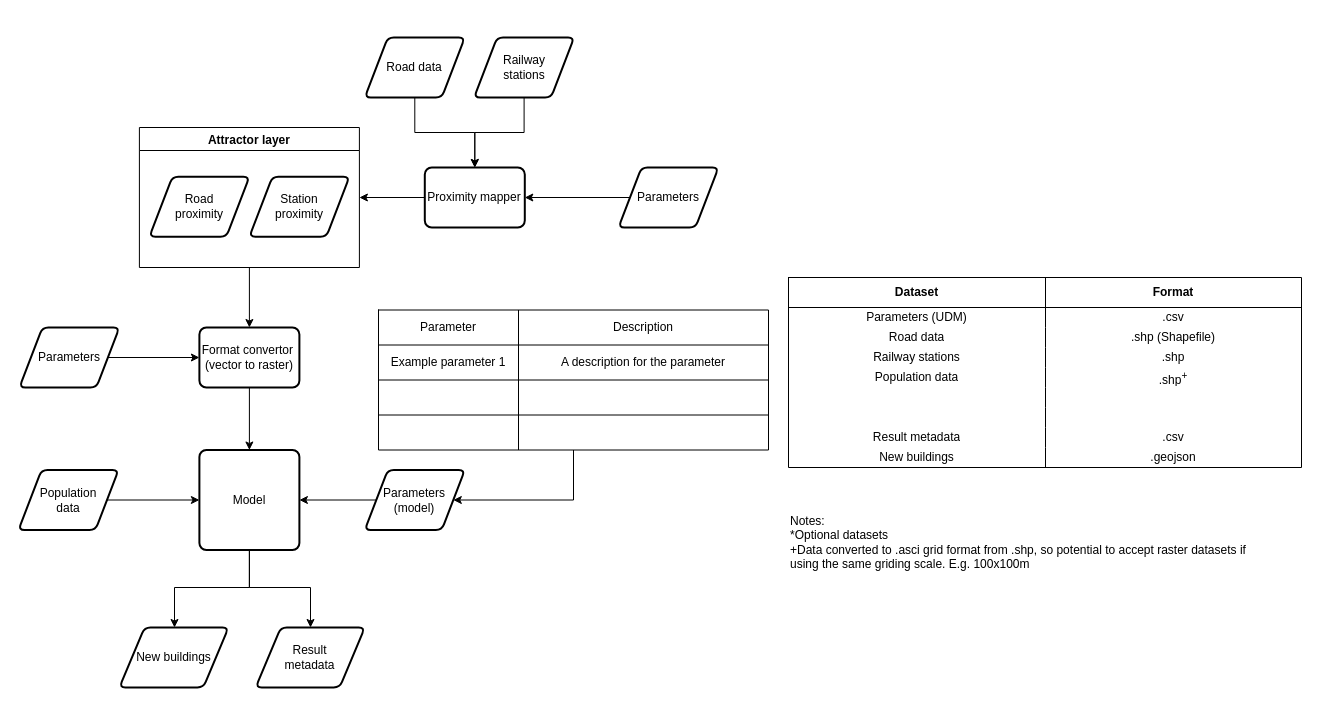
Earlier version of the draw.io diagram template_workflow.drawio (OpenCLIM/workflow-diagrams). Source tidied: cells renumbered, new cells numbered last; positions are measured from the earlier drawing's top-left corner, leaving out a move shared by most shapes. Both pictures are drawn from the tidied source at 100%, with x=0, y=0 at pixel (18, 37).
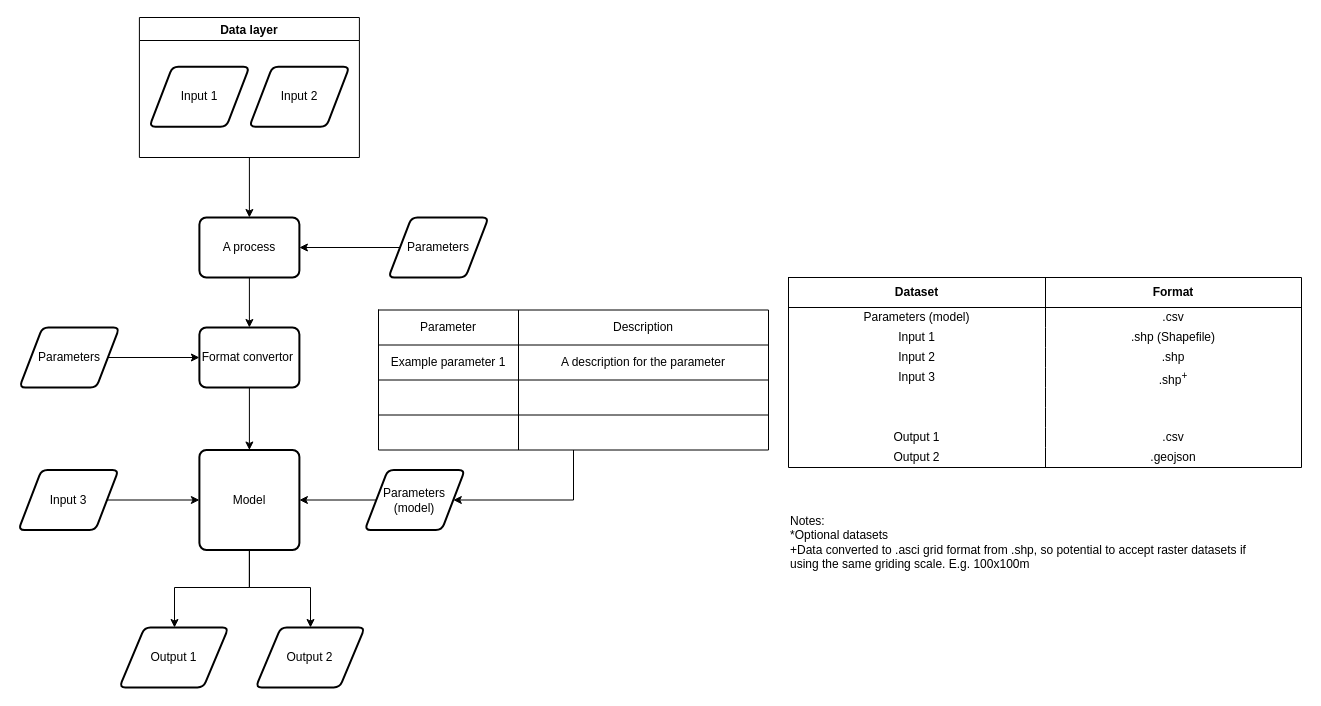
After the change.

Commit message:
Update template_workflow.drawio to make more generic

The change refers to these unchanged cells:
```xml
<mxCell id="26" style="shape=partialRectangle;html=1;whiteSpace=wrap;fillColor=none;top=0;left=0;bottom=0;right=0;strokeColor=none;" parent="22" vertex="1">
  <mxGeometry y="30" width="513" height="20" as="geometry" />
</mxCell>
<mxCell id="29" style="shape=partialRectangle;html=1;whiteSpace=wrap;fillColor=none;top=0;left=0;bottom=0;right=0;strokeColor=none;" parent="22" vertex="1">
  <mxGeometry y="50" width="513" height="20" as="geometry" />
</mxCell>
<mxCell id="32" style="shape=partialRectangle;html=1;whiteSpace=wrap;fillColor=none;top=0;left=0;bottom=0;right=0;strokeColor=none;" parent="22" vertex="1">
  <mxGeometry y="70" width="513" height="20" as="geometry" />
</mxCell>
<mxCell id="35" style="shape=partialRectangle;html=1;whiteSpace=wrap;fillColor=none;top=0;left=0;bottom=0;right=0;strokeColor=none;" parent="22" vertex="1">
  <mxGeometry y="90" width="513" height="20" as="geometry" />
</mxCell>
<mxCell id="44" style="shape=partialRectangle;html=1;whiteSpace=wrap;fillColor=none;top=0;left=0;bottom=0;right=0;strokeColor=none;" parent="22" vertex="1">
  <mxGeometry y="150" width="513" height="20" as="geometry" />
</mxCell>
<mxCell id="47" style="shape=partialRectangle;html=1;whiteSpace=wrap;fillColor=none;top=0;left=0;bottom=0;right=0;strokeColor=none;" parent="22" vertex="1">
  <mxGeometry y="170" width="513" height="20" as="geometry" />
</mxCell>
```

Diff of the diagram source:
```diff
@@
-    <mxCell id="6" value="&lt;div&gt;Population &lt;br&gt;&lt;/div&gt;&lt;div&gt;data&lt;/div&gt;" style="shape=parallelogram;html=1;strokeWidth=2;perimeter=parallelogramPerimeter;whiteSpace=wrap;rounded=1;arcSize=12;size=0.23;" parent="1" vertex="1">
+    <mxCell id="6" value="Input 3" style="shape=parallelogram;html=1;strokeWidth=2;perimeter=parallelogramPerimeter;whiteSpace=wrap;rounded=1;arcSize=12;size=0.23;" parent="1" vertex="1">
       <mxGeometry y="432.5" width="100" height="60" as="geometry" />
     </mxCell>
-    <mxCell id="7" value="New buildings" style="shape=parallelogram;html=1;strokeWidth=2;perimeter=parallelogramPerimeter;whiteSpace=wrap;rounded=1;arcSize=12;size=0.23;" parent="1" vertex="1">
+    <mxCell id="7" value="&lt;div&gt;Output 1&lt;/div&gt;" style="shape=parallelogram;html=1;strokeWidth=2;perimeter=parallelogramPerimeter;whiteSpace=wrap;rounded=1;arcSize=12;size=0.23;" parent="1" vertex="1">
       <mxGeometry x="100.9" y="590" width="109.1" height="60" as="geometry" />
     </mxCell>
-    <mxCell id="8" style="edgeStyle=orthogonalEdgeStyle;rounded=0;jettySize=auto;html=1;" parent="1" edge="1" source="9" target="13">
-      <mxGeometry relative="1" as="geometry" />
-    </mxCell>
-    <mxCell id="9" value="Road data" style="shape=parallelogram;html=1;strokeWidth=2;perimeter=parallelogramPerimeter;whiteSpace=wrap;rounded=1;arcSize=12;size=0.23;" parent="1" vertex="1">
-      <mxGeometry x="346.3" width="100" height="60" as="geometry" />
-    </mxCell>
-    <mxCell id="10" style="edgeStyle=orthogonalEdgeStyle;rounded=0;jettySize=auto;html=1;" parent="1" edge="1" source="11" target="13">
-      <mxGeometry relative="1" as="geometry" />
-    </mxCell>
-    <mxCell id="11" value="&lt;div&gt;Railway &lt;br&gt;&lt;/div&gt;&lt;div&gt;stations&lt;/div&gt;" style="shape=parallelogram;html=1;strokeWidth=2;perimeter=parallelogramPerimeter;whiteSpace=wrap;rounded=1;arcSize=12;size=0.23;" parent="1" vertex="1">
-      <mxGeometry x="455.6" width="100" height="60" as="geometry" />
-    </mxCell>
-    <mxCell id="12" style="edgeStyle=orthogonalEdgeStyle;rounded=0;jettySize=auto;html=1;" parent="1" edge="1" source="13" target="19">
-      <mxGeometry relative="1" as="geometry" />
-    </mxCell>
+    <mxCell id="71" style="edgeStyle=orthogonalEdgeStyle;rounded=0;jettySize=auto;html=1;" parent="1" edge="1" source="13" target="17">
+      <mxGeometry relative="1" as="geometry" />
+    </mxCell>
-    <mxCell id="13" value="Proximity mapper" style="rounded=1;whiteSpace=wrap;html=1;absoluteArcSize=1;arcSize=14;strokeWidth=2;" parent="1" vertex="1">
-      <mxGeometry x="406.3" y="130" width="100" height="60" as="geometry" />
+    <mxCell id="13" value="A process" style="rounded=1;whiteSpace=wrap;html=1;absoluteArcSize=1;arcSize=14;strokeWidth=2;" parent="1" vertex="1">
+      <mxGeometry x="180.9" y="180" width="100" height="60" as="geometry" />
     </mxCell>
@@
-    <mxCell id="17" value="Format convertor&amp;nbsp; (vector to raster)" style="rounded=1;whiteSpace=wrap;html=1;absoluteArcSize=1;arcSize=14;strokeWidth=2;" parent="1" vertex="1">
+    <mxCell id="17" value="Format convertor&amp;nbsp; " style="rounded=1;whiteSpace=wrap;html=1;absoluteArcSize=1;arcSize=14;strokeWidth=2;" parent="1" vertex="1">
       <mxGeometry x="180.9" y="290" width="100" height="60" as="geometry" />
     </mxCell>
-    <mxCell id="18" style="edgeStyle=orthogonalEdgeStyle;rounded=0;jettySize=auto;html=1;entryX=0.5;entryY=0;entryDx=0;entryDy=0;" parent="1" edge="1" source="19" target="17">
-      <mxGeometry relative="1" as="geometry" />
-    </mxCell>
+    <mxCell id="72" style="edgeStyle=orthogonalEdgeStyle;rounded=0;jettySize=auto;html=1;" parent="1" edge="1" source="19" target="13">
+      <mxGeometry relative="1" as="geometry" />
+    </mxCell>
-    <mxCell id="19" value="Attractor layer" style="swimlane;" parent="1" vertex="1">
-      <mxGeometry x="120.9" y="90" width="220" height="140" as="geometry" />
+    <mxCell id="19" value="Data layer" style="swimlane;" parent="1" vertex="1">
+      <mxGeometry x="120.9" y="-20" width="220" height="140" as="geometry" />
     </mxCell>
-    <mxCell id="20" value="&lt;div&gt;Station &lt;br&gt;&lt;/div&gt;&lt;div&gt;proximity&lt;/div&gt;" style="shape=parallelogram;html=1;strokeWidth=2;perimeter=parallelogramPerimeter;whiteSpace=wrap;rounded=1;arcSize=12;size=0.23;" parent="19" vertex="1">
+    <mxCell id="20" value="Input 2" style="shape=parallelogram;html=1;strokeWidth=2;perimeter=parallelogramPerimeter;whiteSpace=wrap;rounded=1;arcSize=12;size=0.23;" parent="19" vertex="1">
       <mxGeometry x="110" y="49.2" width="100" height="60" as="geometry" />
     </mxCell>
-    <mxCell id="21" value="&lt;div&gt;Road &lt;br&gt;&lt;/div&gt;&lt;div&gt;proximity&lt;/div&gt;" style="shape=parallelogram;html=1;strokeWidth=2;perimeter=parallelogramPerimeter;whiteSpace=wrap;rounded=1;arcSize=12;size=0.23;" parent="19" vertex="1">
+    <mxCell id="21" value="Input 1 " style="shape=parallelogram;html=1;strokeWidth=2;perimeter=parallelogramPerimeter;whiteSpace=wrap;rounded=1;arcSize=12;size=0.23;" parent="19" vertex="1">
       <mxGeometry x="10" y="49.2" width="100" height="60" as="geometry" />
     </mxCell>
@@
-    <mxCell id="27" value="Parameters (UDM)" style="shape=partialRectangle;html=1;whiteSpace=wrap;fillColor=none;top=0;left=0;bottom=0;right=0;overflow=hidden;strokeColor=none;" parent="26" vertex="1">
+    <mxCell id="27" value="Parameters (model)" style="shape=partialRectangle;html=1;whiteSpace=wrap;fillColor=none;top=0;left=0;bottom=0;right=0;overflow=hidden;strokeColor=none;" parent="26" vertex="1">
       <mxGeometry width="257" height="20" as="geometry" />
     </mxCell>
@@
-    <mxCell id="30" value="Road data" style="shape=partialRectangle;html=1;whiteSpace=wrap;fillColor=none;top=0;left=0;bottom=0;right=0;overflow=hidden;strokeColor=none;" parent="29" vertex="1">
+    <mxCell id="30" value="Input 1" style="shape=partialRectangle;html=1;whiteSpace=wrap;fillColor=none;top=0;left=0;bottom=0;right=0;overflow=hidden;strokeColor=none;" parent="29" vertex="1">
       <mxGeometry width="257" height="20" as="geometry" />
     </mxCell>
@@
-    <mxCell id="33" value="Railway stations" style="shape=partialRectangle;html=1;whiteSpace=wrap;fillColor=none;top=0;left=0;bottom=0;right=0;overflow=hidden;strokeColor=none;" parent="32" vertex="1">
+    <mxCell id="33" value="Input 2" style="shape=partialRectangle;html=1;whiteSpace=wrap;fillColor=none;top=0;left=0;bottom=0;right=0;overflow=hidden;strokeColor=none;" parent="32" vertex="1">
       <mxGeometry width="257" height="20" as="geometry" />
     </mxCell>
@@
-    <mxCell id="36" value="Population data" style="shape=partialRectangle;html=1;whiteSpace=wrap;fillColor=none;top=0;left=0;bottom=0;right=0;overflow=hidden;strokeColor=none;" parent="35" vertex="1">
+    <mxCell id="36" value="Input 3" style="shape=partialRectangle;html=1;whiteSpace=wrap;fillColor=none;top=0;left=0;bottom=0;right=0;overflow=hidden;strokeColor=none;" parent="35" vertex="1">
       <mxGeometry width="257" height="20" as="geometry" />
     </mxCell>
@@
-    <mxCell id="45" value="Result metadata" style="shape=partialRectangle;html=1;whiteSpace=wrap;fillColor=none;top=0;left=0;bottom=0;right=0;overflow=hidden;strokeColor=none;" parent="44" vertex="1">
+    <mxCell id="45" value="Output 1" style="shape=partialRectangle;html=1;whiteSpace=wrap;fillColor=none;top=0;left=0;bottom=0;right=0;overflow=hidden;strokeColor=none;" parent="44" vertex="1">
       <mxGeometry width="257" height="20" as="geometry" />
     </mxCell>
@@
-    <mxCell id="48" value="New buildings" style="shape=partialRectangle;html=1;whiteSpace=wrap;fillColor=none;top=0;left=0;bottom=0;right=0;overflow=hidden;strokeColor=none;" parent="47" vertex="1">
+    <mxCell id="48" value="Output 2" style="shape=partialRectangle;html=1;whiteSpace=wrap;fillColor=none;top=0;left=0;bottom=0;right=0;overflow=hidden;strokeColor=none;" parent="47" vertex="1">
       <mxGeometry width="257" height="20" as="geometry" />
     </mxCell>
@@
-    <mxCell id="51" value="&lt;div&gt;Result &lt;br&gt;&lt;/div&gt;&lt;div&gt;metadata&lt;/div&gt;" style="shape=parallelogram;html=1;strokeWidth=2;perimeter=parallelogramPerimeter;whiteSpace=wrap;rounded=1;arcSize=12;size=0.23;" parent="1" vertex="1">
+    <mxCell id="51" value="Output 2" style="shape=parallelogram;html=1;strokeWidth=2;perimeter=parallelogramPerimeter;whiteSpace=wrap;rounded=1;arcSize=12;size=0.23;" parent="1" vertex="1">
       <mxGeometry x="237.2" y="590" width="109.1" height="60" as="geometry" />
     </mxCell>
@@
     <mxCell id="55" value="Parameters" style="shape=parallelogram;html=1;strokeWidth=2;perimeter=parallelogramPerimeter;whiteSpace=wrap;rounded=1;arcSize=12;size=0.23;" parent="1" vertex="1">
-      <mxGeometry x="600" y="130" width="100" height="60" as="geometry" />
+      <mxGeometry x="370" y="180" width="100" height="60" as="geometry" />
     </mxCell>
```
